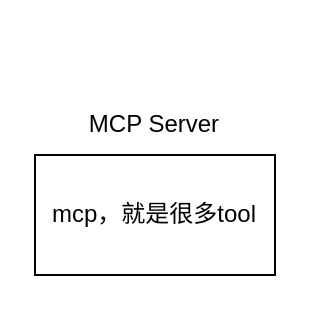
The draw.io diagram allDrawFile/未命名绘图.drawio in bzqCoding/allDraw, before the edit. Source tidied: cells renumbered, new cells numbered last; positions are measured from the earlier drawing's top-left corner, leaving out a move shared by most shapes. Both pictures are drawn from the tidied source at 200%, with x=0, y=0 at pixel (34, 94).
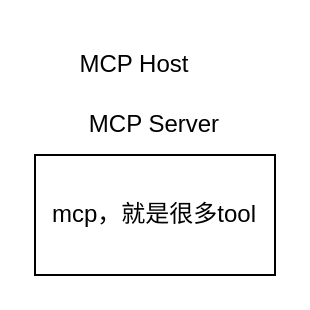
The same page after the edit.

Commit message (it also covers changes not shown here):
更新未命名绘图.drawio

What changed in the source:
```diff
@@
 <mxGraphModel>
   <root>
     <mxCell id="0" />
     <mxCell id="1" parent="0" />
     <mxCell id="2" value="mcp，就是很多tool" style="rounded=0;whiteSpace=wrap;html=1;" parent="1" vertex="1">
       <mxGeometry y="30" width="120" height="60" as="geometry" />
     </mxCell>
     <mxCell id="3" value="MCP Server" style="text;html=1;whiteSpace=wrap;strokeColor=none;fillColor=none;align=center;verticalAlign=middle;rounded=0;" parent="1" vertex="1">
       <mxGeometry x="15" width="90" height="30" as="geometry" />
     </mxCell>
+    <mxCell id="4" value="MCP Host" style="text;html=1;whiteSpace=wrap;strokeColor=none;fillColor=none;align=center;verticalAlign=middle;rounded=0;" parent="1" vertex="1">
+      <mxGeometry x="20" y="-30" width="60" height="30" as="geometry" />
+    </mxCell>
   </root>
 </mxGraphModel>
```
